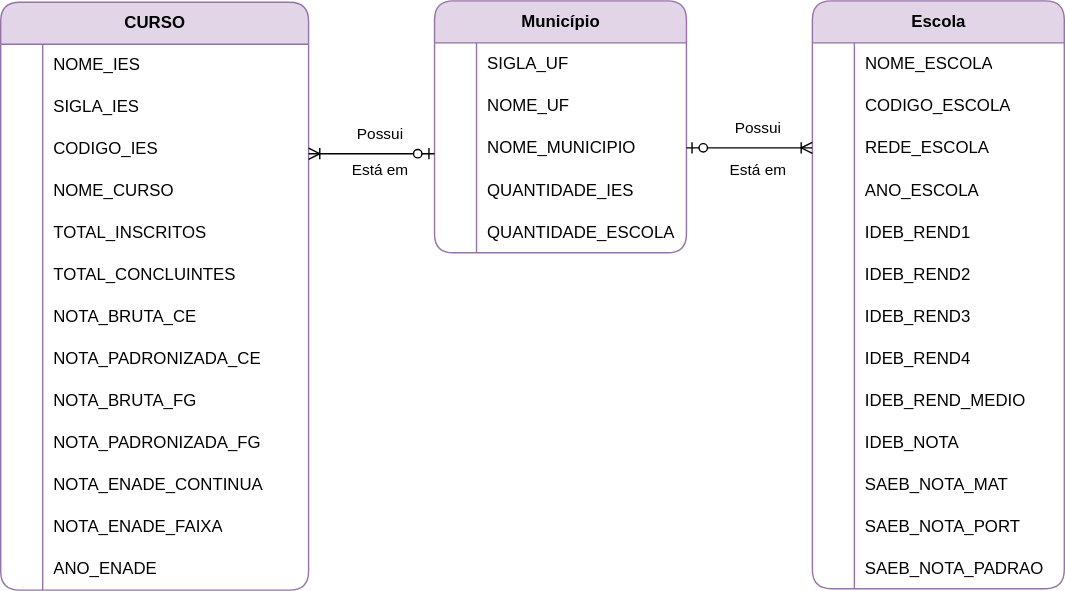
Earlier version of the draw.io export EsquemaLogico.svg (gabriel-marchetti/MC536_Projeto2). Source tidied: cells renumbered, new cells last; positions are measured from the earlier drawing's top-left corner, leaving out a move shared by most shapes.
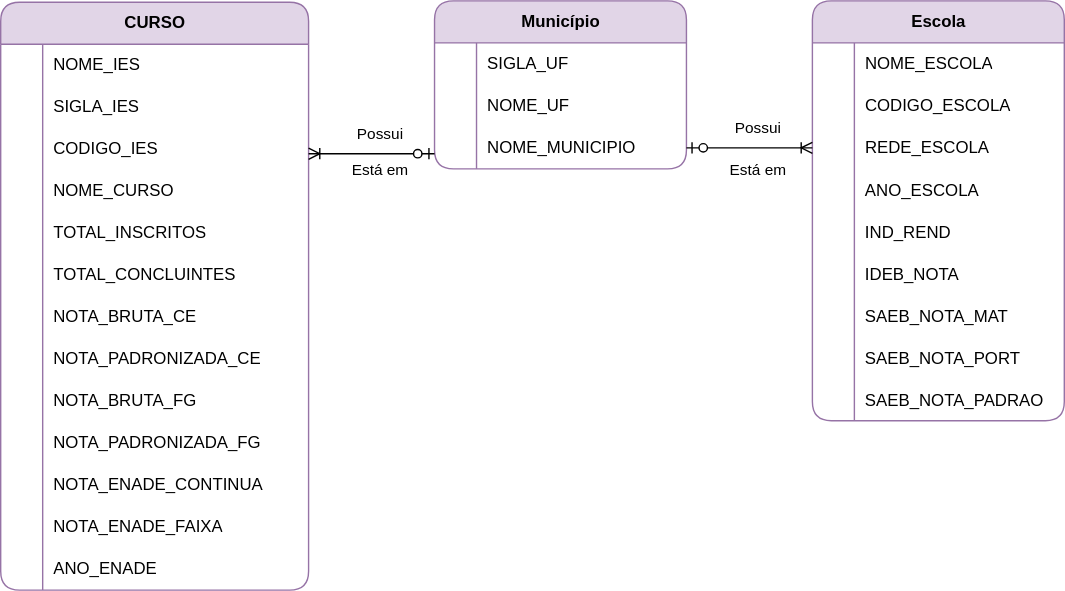
After the change.

What changed in the source:
```diff
@@ -3,7 +3,7 @@
     <mxCell id="0" />
     <mxCell id="1" parent="0" />
     <mxCell id="2" value="Município" style="shape=table;startSize=30;rowLines=0;fontStyle=1;align=center;html=1;fillColor=#e1d5e7;strokeColor=#9673a6;rounded=1;" parent="1" vertex="1">
-      <mxGeometry x="310" width="180" height="180" as="geometry" />
+      <mxGeometry x="310" width="180" height="120" as="geometry" />
     </mxCell>
     <mxCell id="3" style="shape=tableRow;horizontal=0;startSize=0;swimlaneHead=0;swimlaneBody=0;fillColor=none;top=0;left=0;right=0;bottom=0;" parent="2" vertex="1">
       <mxGeometry y="30" width="180" height="30" as="geometry" />
@@ -32,26 +32,8 @@
     <mxCell id="11" value="NOME_MUNICIPIO" style="shape=partialRectangle;fillColor=none;top=0;left=0;bottom=0;right=0;align=left;spacingLeft=6;overflow=hidden;whiteSpace=wrap;html=1;" parent="9" vertex="1">
       <mxGeometry x="30" width="150" height="30" as="geometry" />
     </mxCell>
-    <mxCell id="12" style="shape=tableRow;horizontal=0;startSize=0;swimlaneHead=0;swimlaneBody=0;fillColor=none;top=0;left=0;right=0;bottom=0;" parent="2" vertex="1">
-      <mxGeometry y="120" width="180" height="30" as="geometry" />
-    </mxCell>
-    <mxCell id="13" style="shape=partialRectangle;fillColor=none;top=0;left=0;bottom=0;right=0;overflow=hidden;" parent="12" vertex="1">
-      <mxGeometry width="30" height="30" as="geometry" />
-    </mxCell>
-    <mxCell id="14" value="QUANTIDADE_IES" style="shape=partialRectangle;fillColor=none;top=0;left=0;bottom=0;right=0;align=left;spacingLeft=6;overflow=hidden;" parent="12" vertex="1">
-      <mxGeometry x="30" width="150" height="30" as="geometry" />
-    </mxCell>
-    <mxCell id="15" style="shape=tableRow;horizontal=0;startSize=0;swimlaneHead=0;swimlaneBody=0;fillColor=none;top=0;left=0;right=0;bottom=0;" parent="2" vertex="1">
-      <mxGeometry y="150" width="180" height="30" as="geometry" />
-    </mxCell>
-    <mxCell id="16" style="shape=partialRectangle;fillColor=none;top=0;left=0;bottom=0;right=0;overflow=hidden;" parent="15" vertex="1">
-      <mxGeometry width="30" height="30" as="geometry" />
-    </mxCell>
-    <mxCell id="17" value="QUANTIDADE_ESCOLA" style="shape=partialRectangle;fillColor=none;top=0;left=0;bottom=0;right=0;align=left;spacingLeft=6;overflow=hidden;" parent="15" vertex="1">
-      <mxGeometry x="30" width="150" height="30" as="geometry" />
-    </mxCell>
     <mxCell id="18" value="Escola" style="shape=table;startSize=30;rowLines=0;fontStyle=1;align=center;html=1;fillColor=#e1d5e7;strokeColor=#9673a6;rounded=1;" parent="1" vertex="1">
-      <mxGeometry x="580" width="180" height="420" as="geometry" />
+      <mxGeometry x="580" width="180" height="300" as="geometry" />
     </mxCell>
     <mxCell id="19" style="shape=tableRow;horizontal=0;startSize=0;swimlaneHead=0;swimlaneBody=0;fillColor=none;top=0;left=0;right=0;bottom=0;" parent="18" vertex="1">
       <mxGeometry y="30" width="180" height="30" as="geometry" />
@@ -95,47 +77,11 @@
     <mxCell id="32" style="shape=partialRectangle;fillColor=none;top=0;left=0;bottom=0;right=0;overflow=hidden;" parent="31" vertex="1">
       <mxGeometry width="30" height="30" as="geometry" />
     </mxCell>
-    <mxCell id="33" value="IDEB_REND1" style="shape=partialRectangle;fillColor=none;top=0;left=0;bottom=0;right=0;align=left;spacingLeft=6;overflow=hidden;" parent="31" vertex="1">
+    <mxCell id="33" value="IND_REND" style="shape=partialRectangle;fillColor=none;top=0;left=0;bottom=0;right=0;align=left;spacingLeft=6;overflow=hidden;" parent="31" vertex="1">
       <mxGeometry x="30" width="150" height="30" as="geometry" />
     </mxCell>
-    <mxCell id="34" style="shape=tableRow;horizontal=0;startSize=0;swimlaneHead=0;swimlaneBody=0;fillColor=none;top=0;left=0;right=0;bottom=0;" parent="18" vertex="1">
-      <mxGeometry y="180" width="180" height="30" as="geometry" />
-    </mxCell>
-    <mxCell id="35" style="shape=partialRectangle;fillColor=none;top=0;left=0;bottom=0;right=0;overflow=hidden;" parent="34" vertex="1">
-      <mxGeometry width="30" height="30" as="geometry" />
-    </mxCell>
-    <mxCell id="36" value="IDEB_REND2" style="shape=partialRectangle;fillColor=none;top=0;left=0;bottom=0;right=0;align=left;spacingLeft=6;overflow=hidden;" parent="34" vertex="1">
-      <mxGeometry x="30" width="150" height="30" as="geometry" />
-    </mxCell>
-    <mxCell id="37" style="shape=tableRow;horizontal=0;startSize=0;swimlaneHead=0;swimlaneBody=0;fillColor=none;top=0;left=0;right=0;bottom=0;" parent="18" vertex="1">
-      <mxGeometry y="210" width="180" height="30" as="geometry" />
-    </mxCell>
-    <mxCell id="38" style="shape=partialRectangle;fillColor=none;top=0;left=0;bottom=0;right=0;overflow=hidden;" parent="37" vertex="1">
-      <mxGeometry width="30" height="30" as="geometry" />
-    </mxCell>
-    <mxCell id="39" value="IDEB_REND3" style="shape=partialRectangle;fillColor=none;top=0;left=0;bottom=0;right=0;align=left;spacingLeft=6;overflow=hidden;" parent="37" vertex="1">
-      <mxGeometry x="30" width="150" height="30" as="geometry" />
-    </mxCell>
-    <mxCell id="40" style="shape=tableRow;horizontal=0;startSize=0;swimlaneHead=0;swimlaneBody=0;fillColor=none;top=0;left=0;right=0;bottom=0;" parent="18" vertex="1">
-      <mxGeometry y="240" width="180" height="30" as="geometry" />
-    </mxCell>
-    <mxCell id="41" style="shape=partialRectangle;fillColor=none;top=0;left=0;bottom=0;right=0;overflow=hidden;" parent="40" vertex="1">
-      <mxGeometry width="30" height="30" as="geometry" />
-    </mxCell>
-    <mxCell id="42" value="IDEB_REND4" style="shape=partialRectangle;fillColor=none;top=0;left=0;bottom=0;right=0;align=left;spacingLeft=6;overflow=hidden;" parent="40" vertex="1">
-      <mxGeometry x="30" width="150" height="30" as="geometry" />
-    </mxCell>
-    <mxCell id="43" style="shape=tableRow;horizontal=0;startSize=0;swimlaneHead=0;swimlaneBody=0;fillColor=none;top=0;left=0;right=0;bottom=0;" parent="18" vertex="1">
-      <mxGeometry y="270" width="180" height="30" as="geometry" />
-    </mxCell>
-    <mxCell id="44" style="shape=partialRectangle;fillColor=none;top=0;left=0;bottom=0;right=0;overflow=hidden;" parent="43" vertex="1">
-      <mxGeometry width="30" height="30" as="geometry" />
-    </mxCell>
-    <mxCell id="45" value="IDEB_REND_MEDIO" style="shape=partialRectangle;fillColor=none;top=0;left=0;bottom=0;right=0;align=left;spacingLeft=6;overflow=hidden;" parent="43" vertex="1">
-      <mxGeometry x="30" width="150" height="30" as="geometry" />
-    </mxCell>
     <mxCell id="46" style="shape=tableRow;horizontal=0;startSize=0;swimlaneHead=0;swimlaneBody=0;fillColor=none;top=0;left=0;right=0;bottom=0;" parent="18" vertex="1">
-      <mxGeometry y="300" width="180" height="30" as="geometry" />
+      <mxGeometry y="180" width="180" height="30" as="geometry" />
     </mxCell>
     <mxCell id="47" style="shape=partialRectangle;fillColor=none;top=0;left=0;bottom=0;right=0;overflow=hidden;" parent="46" vertex="1">
       <mxGeometry width="30" height="30" as="geometry" />
@@ -144,7 +90,7 @@
       <mxGeometry x="30" width="150" height="30" as="geometry" />
     </mxCell>
     <mxCell id="49" style="shape=tableRow;horizontal=0;startSize=0;swimlaneHead=0;swimlaneBody=0;fillColor=none;top=0;left=0;right=0;bottom=0;" parent="18" vertex="1">
-      <mxGeometry y="330" width="180" height="30" as="geometry" />
+      <mxGeometry y="210" width="180" height="30" as="geometry" />
     </mxCell>
     <mxCell id="50" style="shape=partialRectangle;fillColor=none;top=0;left=0;bottom=0;right=0;overflow=hidden;" parent="49" vertex="1">
       <mxGeometry width="30" height="30" as="geometry" />
@@ -153,7 +99,7 @@
       <mxGeometry x="30" width="150" height="30" as="geometry" />
     </mxCell>
     <mxCell id="52" style="shape=tableRow;horizontal=0;startSize=0;swimlaneHead=0;swimlaneBody=0;fillColor=none;top=0;left=0;right=0;bottom=0;" parent="18" vertex="1">
-      <mxGeometry y="360" width="180" height="30" as="geometry" />
+      <mxGeometry y="240" width="180" height="30" as="geometry" />
     </mxCell>
     <mxCell id="53" style="shape=partialRectangle;fillColor=none;top=0;left=0;bottom=0;right=0;overflow=hidden;" parent="52" vertex="1">
       <mxGeometry width="30" height="30" as="geometry" />
@@ -162,7 +108,7 @@
       <mxGeometry x="30" width="150" height="30" as="geometry" />
     </mxCell>
     <mxCell id="55" style="shape=tableRow;horizontal=0;startSize=0;swimlaneHead=0;swimlaneBody=0;fillColor=none;top=0;left=0;right=0;bottom=0;" parent="18" vertex="1">
-      <mxGeometry y="390" width="180" height="30" as="geometry" />
+      <mxGeometry y="270" width="180" height="30" as="geometry" />
     </mxCell>
     <mxCell id="56" style="shape=partialRectangle;fillColor=none;top=0;left=0;bottom=0;right=0;overflow=hidden;" parent="55" vertex="1">
       <mxGeometry width="30" height="30" as="geometry" />
```
